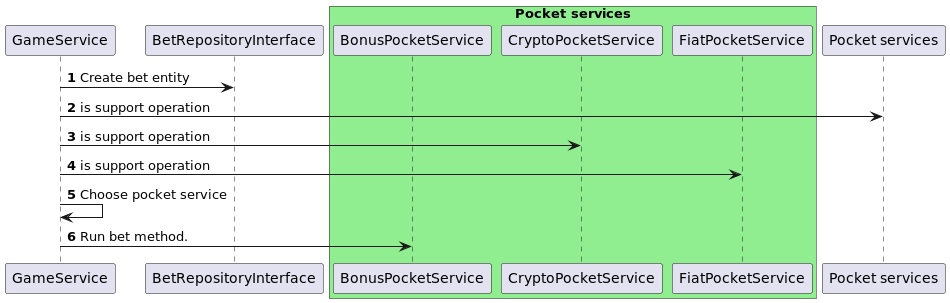
SukachVitally/test_game_pocket keeps this PlantUML diagram as docs/images/BetSequenceDiagram.png. Above is the earlier version.
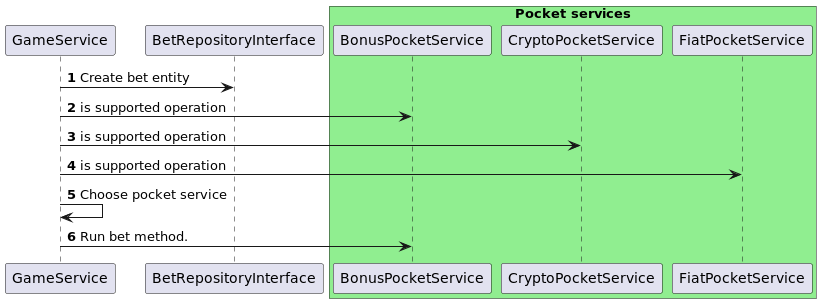
Later version of the same file.

Commit message:
Bet diagram fix

What changed in the source:
```diff
@@ -10,9 +10,9 @@
 end box
 
 gs -> BetRepositoryInterface: Create bet entity
-gs -> "Pocket services": is support operation
-gs -> CryptoPocketService: is support operation
-gs -> FiatPocketService: is support operation
+gs -> BonusPocketService: is supported operation
+gs -> CryptoPocketService: is supported operation
+gs -> FiatPocketService: is supported operation
 gs -> gs: Choose pocket service
 gs -> BonusPocketService: Run bet method.
 
```
